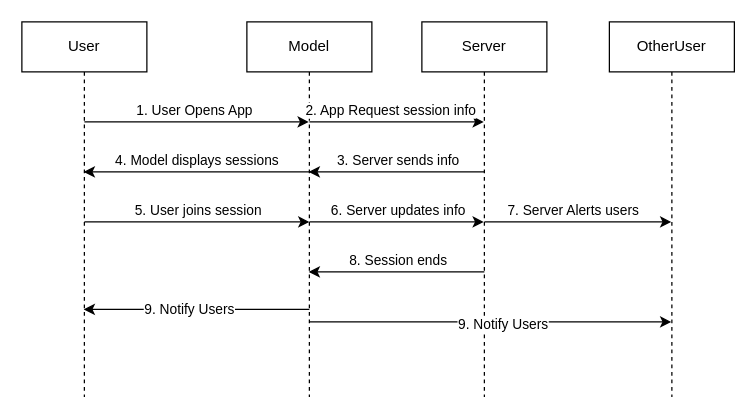
Earlier version of the draw.io diagram Study App Sequence Diagram.drawio (AntTranAnt/CS3354). Source tidied: cells renumbered, new cells numbered last; positions are measured from the earlier drawing's top-left corner, leaving out a move shared by most shapes. Both pictures are drawn from the tidied source at 125%, with x=0, y=0 at pixel (21, 21).
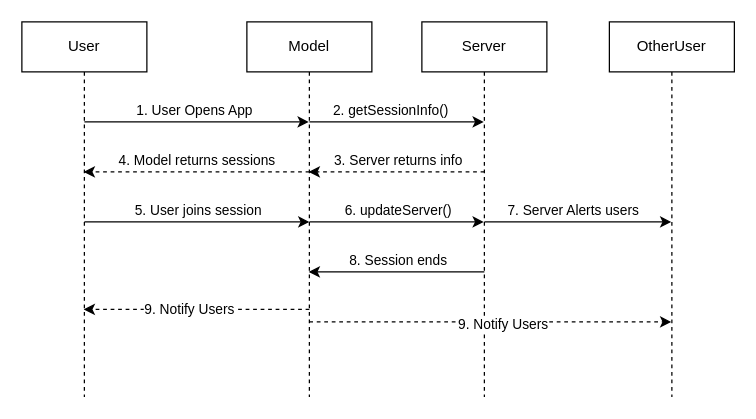
The same diagram, later.

The change refers to these unchanged cells:
```xml
<mxCell id="2" value="User" style="shape=umlLifeline;perimeter=lifelinePerimeter;whiteSpace=wrap;html=1;outlineConnect=0;portConstraint=eastwest;newEdgeStyle={&quot;edgeStyle&quot;:&quot;elbowEdgeStyle&quot;,&quot;elbow&quot;:&quot;vertical&quot;,&quot;curved&quot;:0,&quot;rounded&quot;:0};" parent="1" vertex="1">
  <mxGeometry width="100" height="300" as="geometry" />
</mxCell>
<mxCell id="3" value="Model" style="shape=umlLifeline;perimeter=lifelinePerimeter;whiteSpace=wrap;html=1;outlineConnect=0;portConstraint=eastwest;newEdgeStyle={&quot;edgeStyle&quot;:&quot;elbowEdgeStyle&quot;,&quot;elbow&quot;:&quot;vertical&quot;,&quot;curved&quot;:0,&quot;rounded&quot;:0};" parent="1" vertex="1">
  <mxGeometry x="180" width="100" height="300" as="geometry" />
</mxCell>
<mxCell id="7" style="endArrow=classic;html=1;rounded=0;" parent="1" edge="1" target="4">
  <mxGeometry relative="1" as="geometry">
    <mxPoint x="230" y="80" as="sourcePoint" />
  </mxGeometry>
</mxCell>
<mxCell id="15" style="endArrow=classic;html=1;rounded=0;" parent="1" edge="1" target="4">
  <mxGeometry relative="1" as="geometry">
    <mxPoint x="230" y="160" as="sourcePoint" />
  </mxGeometry>
</mxCell>
```

What changed in the source:
```diff
@@
-    <mxCell id="8" value="2. App Request session info" style="edgeLabel;html=1;align=center;verticalAlign=middle;" parent="7" vertex="1">
+    <mxCell id="8" value="2. getSessionInfo()" style="edgeLabel;html=1;align=center;verticalAlign=middle;" parent="7" vertex="1">
       <mxGeometry x="-0.08" y="2" relative="1" as="geometry">
         <mxPoint y="-8" as="offset" />
       </mxGeometry>
     </mxCell>
-    <mxCell id="9" style="endArrow=classic;html=1;rounded=0;" parent="1" edge="1" target="3">
+    <mxCell id="9" style="endArrow=classic;html=1;rounded=0;dashed=1;" parent="1" edge="1" target="3">
       <mxGeometry relative="1" as="geometry">
         <mxPoint x="370" y="120" as="sourcePoint" />
       </mxGeometry>
     </mxCell>
-    <mxCell id="10" value="3. Server sends info" style="edgeLabel;html=1;align=center;verticalAlign=middle;" parent="9" vertex="1">
+    <mxCell id="10" value="3. Server returns info" style="edgeLabel;html=1;align=center;verticalAlign=middle;" parent="9" vertex="1">
       <mxGeometry x="0.13" y="1" relative="1" as="geometry">
         <mxPoint x="9" y="-11" as="offset" />
       </mxGeometry>
     </mxCell>
-    <mxCell id="11" style="endArrow=classic;html=1;rounded=0;" parent="1" edge="1" target="2">
+    <mxCell id="11" style="endArrow=classic;html=1;rounded=0;dashed=1;" parent="1" edge="1" target="2">
       <mxGeometry relative="1" as="geometry">
         <mxPoint x="230" y="120" as="sourcePoint" />
       </mxGeometry>
     </mxCell>
-    <mxCell id="12" value="4. Model displays sessions" style="edgeLabel;html=1;align=center;verticalAlign=middle;" parent="11" vertex="1">
+    <mxCell id="12" value="4. Model returns sessions" style="edgeLabel;html=1;align=center;verticalAlign=middle;" parent="11" vertex="1">
       <mxGeometry x="0.37" y="1" relative="1" as="geometry">
         <mxPoint x="33" y="-11" as="offset" />
       </mxGeometry>
     </mxCell>
@@
-    <mxCell id="16" value="6. Server updates info" style="edgeLabel;html=1;align=center;verticalAlign=middle;" parent="15" vertex="1">
+    <mxCell id="16" value="6. updateServer()" style="edgeLabel;html=1;align=center;verticalAlign=middle;" parent="15" vertex="1">
       <mxGeometry x="-0.14" y="1" relative="1" as="geometry">
         <mxPoint x="10" y="-9" as="offset" />
       </mxGeometry>
     </mxCell>
@@
-    <mxCell id="22" style="endArrow=classic;html=1;rounded=0;" parent="1" edge="1" target="2">
+    <mxCell id="22" style="endArrow=classic;html=1;rounded=0;dashed=1;" parent="1" edge="1" target="2">
       <mxGeometry relative="1" as="geometry">
         <mxPoint x="230" y="230" as="sourcePoint" />
       </mxGeometry>
     </mxCell>
@@
-    <mxCell id="24" style="endArrow=classic;html=1;rounded=0;" parent="1" edge="1">
+    <mxCell id="24" style="endArrow=classic;html=1;rounded=0;dashed=1;" parent="1" edge="1">
       <mxGeometry relative="1" as="geometry">
         <mxPoint x="229.9" y="240" as="sourcePoint" />
         <mxPoint x="519.5" y="240" as="targetPoint" />
       </mxGeometry>
     </mxCell>
```
